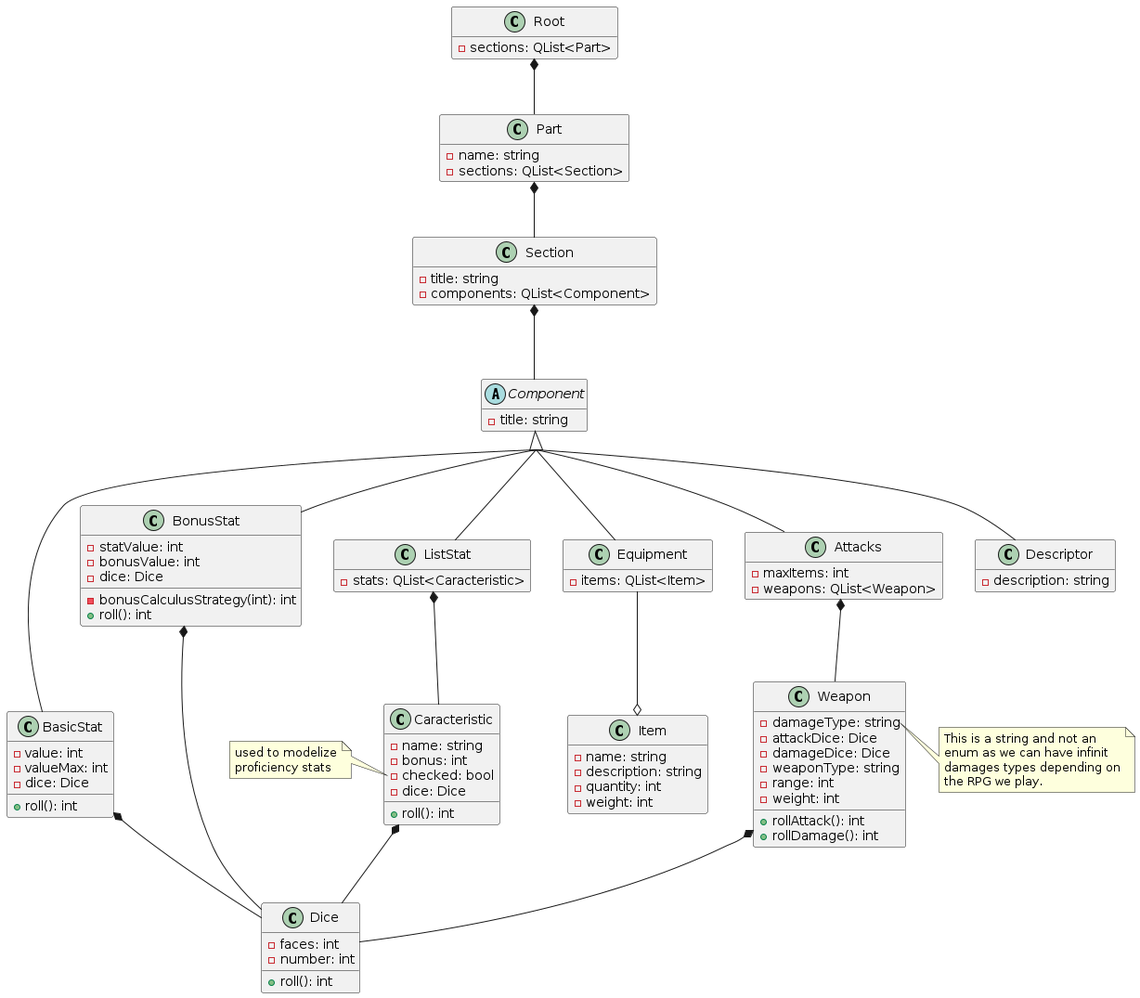
This is doc/uml/cs.png from drfailer/rollZZ, a PlantUML export, as it was before one commit.
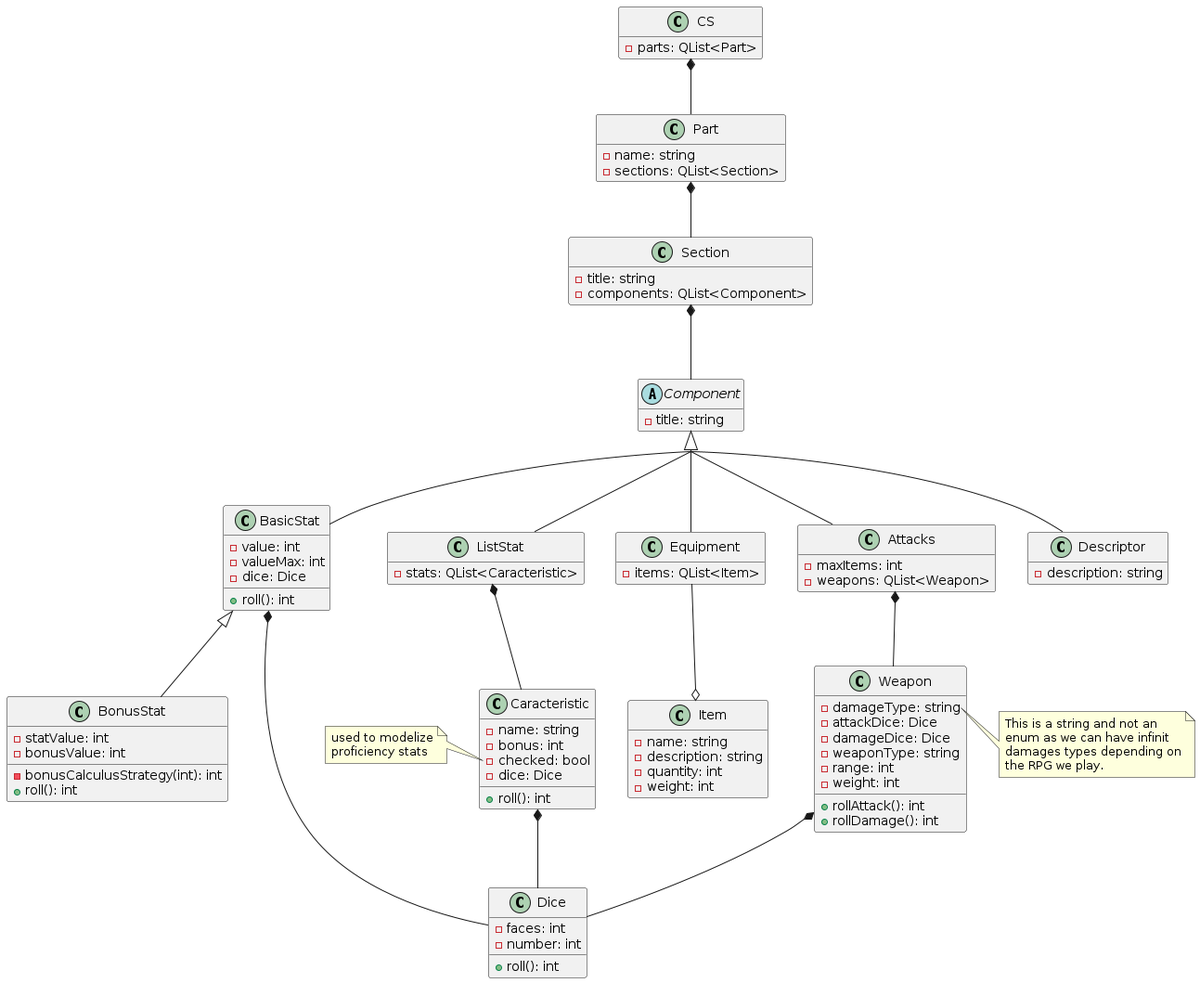
Later version of the same file.

Change to the diagram source:
```diff
@@ -3,11 +3,11 @@
 hide empty attributes
 hide empty methods
 
-class Root {
-    -sections: QList<Part>
+class CS {
+    -parts: QList<Part>
 }
 
-Part -u-* Root
+Part -u-* CS
 class Part {
     -name: string
     -sections: QList<Section>
@@ -25,7 +25,6 @@
 }
 
 Component <|-- BasicStat
-Component <|-- BonusStat
 Component <|-- ListStat
 Component <|-- Equipment
 Component <|-- Attacks
@@ -45,12 +44,11 @@
     +roll(): int
 }
 
-BonusStat *-- Dice
+BasicStat <|-- BonusStat
 class BonusStat {
     -statValue: int
     -bonusValue: int
     -bonusCalculusStrategy(int): int
-    -dice: Dice
     +roll(): int
 }
 
```
